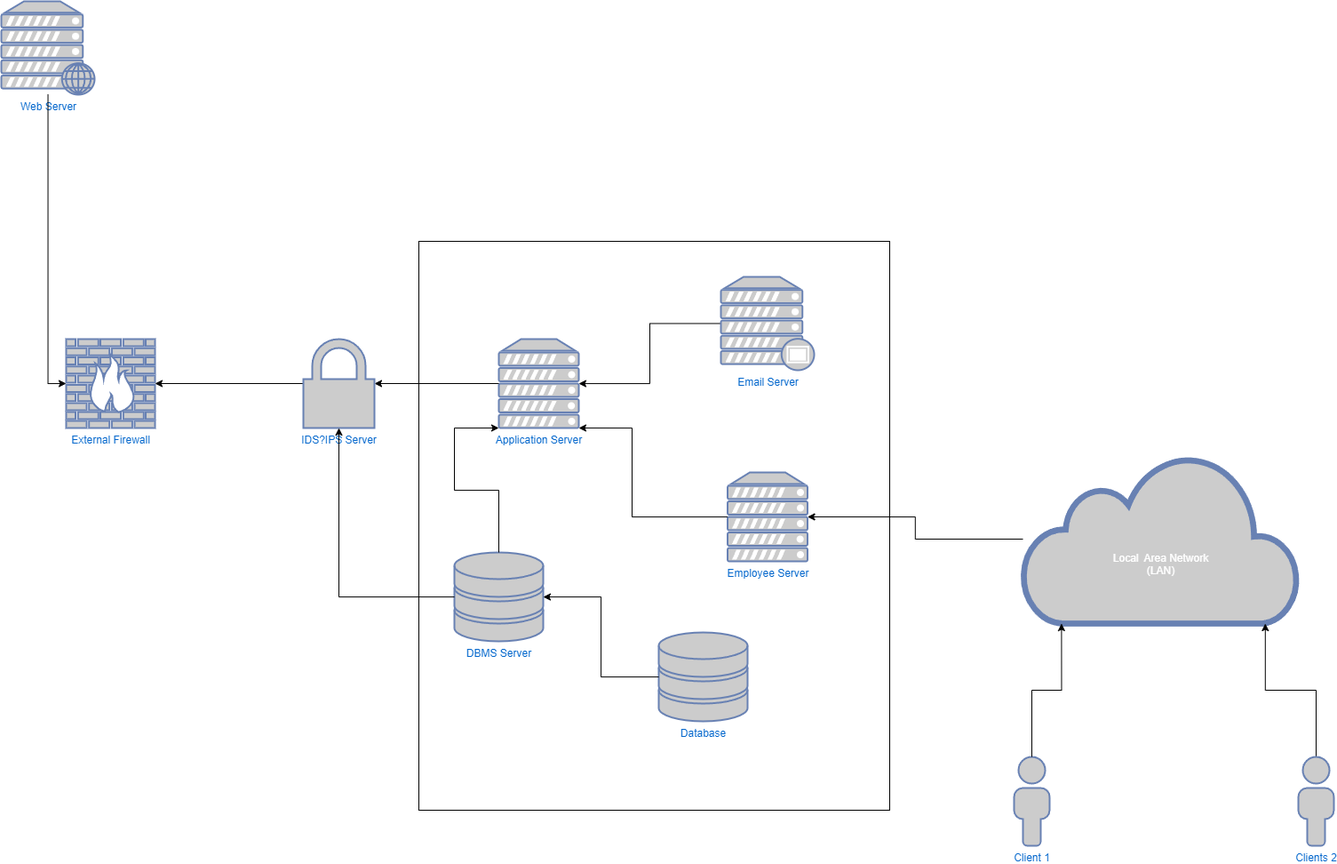
Above: Project.drawio.png in lingayatham/Project (draw.io), before the change. Source tidied: cells renumbered, new cells last; positions are measured from the earlier drawing's top-left corner, leaving out a move shared by most shapes. The source it was exported from:
```xml
<mxGraphModel>
  <root>
    <mxCell id="0" />
    <mxCell id="1" parent="0" />
    <mxCell id="2" value="Web Server" style="fontColor=#0066CC;verticalAlign=top;verticalLabelPosition=bottom;labelPosition=center;align=center;html=1;outlineConnect=0;fillColor=#CCCCCC;strokeColor=#6881B3;gradientColor=none;gradientDirection=north;strokeWidth=2;shape=mxgraph.networks.web_server;" parent="1" vertex="1">
      <mxGeometry width="105" height="105" as="geometry" />
    </mxCell>
    <mxCell id="3" value="External Firewall" style="fontColor=#0066CC;verticalAlign=top;verticalLabelPosition=bottom;labelPosition=center;align=center;html=1;outlineConnect=0;fillColor=#CCCCCC;strokeColor=#6881B3;gradientColor=none;gradientDirection=north;strokeWidth=2;shape=mxgraph.networks.firewall;" parent="1" vertex="1">
      <mxGeometry x="73" y="380" width="100" height="100" as="geometry" />
    </mxCell>
    <mxCell id="4" style="edgeStyle=orthogonalEdgeStyle;rounded=0;jettySize=auto;html=1;entryX=0;entryY=0.5;entryDx=0;entryDy=0;entryPerimeter=0;" parent="1" edge="1" source="2" target="3">
      <mxGeometry relative="1" as="geometry" />
    </mxCell>
    <mxCell id="5" style="rounded=0;whiteSpace=wrap;html=1;" parent="1" vertex="1">
      <mxGeometry x="470" y="270" width="530" height="640" as="geometry" />
    </mxCell>
    <mxCell id="6" style="edgeStyle=orthogonalEdgeStyle;rounded=0;jettySize=auto;html=1;" parent="1" edge="1" source="16" target="3">
      <mxGeometry relative="1" as="geometry" />
    </mxCell>
    <mxCell id="7" value="Application Server" style="fontColor=#0066CC;verticalAlign=top;verticalLabelPosition=bottom;labelPosition=center;align=center;html=1;outlineConnect=0;fillColor=#CCCCCC;strokeColor=#6881B3;gradientColor=none;gradientDirection=north;strokeWidth=2;shape=mxgraph.networks.server;" parent="1" vertex="1">
      <mxGeometry x="560" y="380" width="90" height="100" as="geometry" />
    </mxCell>
    <mxCell id="8" style="edgeStyle=orthogonalEdgeStyle;rounded=0;jettySize=auto;html=1;" parent="1" edge="1" source="11" target="7">
      <mxGeometry relative="1" as="geometry" />
    </mxCell>
    <mxCell id="9" value="Employee Server" style="fontColor=#0066CC;verticalAlign=top;verticalLabelPosition=bottom;labelPosition=center;align=center;html=1;outlineConnect=0;fillColor=#CCCCCC;strokeColor=#6881B3;gradientColor=none;gradientDirection=north;strokeWidth=2;shape=mxgraph.networks.server;" parent="1" vertex="1">
      <mxGeometry x="817.5" y="530" width="90" height="100" as="geometry" />
    </mxCell>
    <mxCell id="10" value="&lt;br&gt;&lt;br&gt;&lt;br&gt;&lt;br&gt;Local&amp;nbsp; Area Network&lt;br&gt;(LAN)" style="html=1;outlineConnect=0;fillColor=#CCCCCC;strokeColor=#6881B3;gradientColor=none;gradientDirection=north;strokeWidth=2;shape=mxgraph.networks.cloud;fontColor=#ffffff;" parent="1" vertex="1">
      <mxGeometry x="1150" y="510" width="310" height="190" as="geometry" />
    </mxCell>
    <mxCell id="11" value="Email Server" style="fontColor=#0066CC;verticalAlign=top;verticalLabelPosition=bottom;labelPosition=center;align=center;html=1;outlineConnect=0;fillColor=#CCCCCC;strokeColor=#6881B3;gradientColor=none;gradientDirection=north;strokeWidth=2;shape=mxgraph.networks.proxy_server;" parent="1" vertex="1">
      <mxGeometry x="810" y="310" width="105" height="105" as="geometry" />
    </mxCell>
    <mxCell id="12" style="edgeStyle=orthogonalEdgeStyle;rounded=0;jettySize=auto;html=1;entryX=0.88;entryY=1;entryDx=0;entryDy=0;entryPerimeter=0;" parent="1" edge="1" source="13" target="10">
      <mxGeometry relative="1" as="geometry" />
    </mxCell>
    <mxCell id="13" value="Clients 2" style="fontColor=#0066CC;verticalAlign=top;verticalLabelPosition=bottom;labelPosition=center;align=center;html=1;outlineConnect=0;fillColor=#CCCCCC;strokeColor=#6881B3;gradientColor=none;gradientDirection=north;strokeWidth=2;shape=mxgraph.networks.user_male;" parent="1" vertex="1">
      <mxGeometry x="1460" y="850" width="40" height="100" as="geometry" />
    </mxCell>
    <mxCell id="14" style="edgeStyle=orthogonalEdgeStyle;rounded=0;jettySize=auto;html=1;" parent="1" edge="1" source="9">
      <mxGeometry relative="1" as="geometry">
        <mxPoint x="650" y="480" as="targetPoint" />
        <Array as="points">
          <mxPoint x="710" y="580" />
          <mxPoint x="710" y="480" />
        </Array>
      </mxGeometry>
    </mxCell>
    <mxCell id="15" style="edgeStyle=orthogonalEdgeStyle;rounded=0;jettySize=auto;html=1;" parent="1" edge="1" source="7" target="16">
      <mxGeometry relative="1" as="geometry" />
    </mxCell>
    <mxCell id="16" value="IDS?IPS Server" style="fontColor=#0066CC;verticalAlign=top;verticalLabelPosition=bottom;labelPosition=center;align=center;html=1;outlineConnect=0;fillColor=#CCCCCC;strokeColor=#6881B3;gradientColor=none;gradientDirection=north;strokeWidth=2;shape=mxgraph.networks.secured;" parent="1" vertex="1">
      <mxGeometry x="340" y="380" width="80" height="100" as="geometry" />
    </mxCell>
    <mxCell id="17" value="Client 1" style="fontColor=#0066CC;verticalAlign=top;verticalLabelPosition=bottom;labelPosition=center;align=center;html=1;outlineConnect=0;fillColor=#CCCCCC;strokeColor=#6881B3;gradientColor=none;gradientDirection=north;strokeWidth=2;shape=mxgraph.networks.user_male;" parent="1" vertex="1">
      <mxGeometry x="1140" y="850" width="40" height="100" as="geometry" />
    </mxCell>
    <mxCell id="18" style="edgeStyle=orthogonalEdgeStyle;rounded=0;jettySize=auto;html=1;entryX=0.14;entryY=1;entryDx=0;entryDy=0;entryPerimeter=0;" parent="1" edge="1" source="17" target="10">
      <mxGeometry relative="1" as="geometry" />
    </mxCell>
    <mxCell id="19" style="edgeStyle=orthogonalEdgeStyle;rounded=0;jettySize=auto;html=1;entryX=1;entryY=0.5;entryDx=0;entryDy=0;entryPerimeter=0;" parent="1" edge="1" source="10" target="9">
      <mxGeometry relative="1" as="geometry" />
    </mxCell>
    <mxCell id="20" value="DBMS Server" style="fontColor=#0066CC;verticalAlign=top;verticalLabelPosition=bottom;labelPosition=center;align=center;html=1;outlineConnect=0;fillColor=#CCCCCC;strokeColor=#6881B3;gradientColor=none;gradientDirection=north;strokeWidth=2;shape=mxgraph.networks.storage;" parent="1" vertex="1">
      <mxGeometry x="510" y="620" width="100" height="100" as="geometry" />
    </mxCell>
    <mxCell id="21" style="edgeStyle=orthogonalEdgeStyle;rounded=0;jettySize=auto;html=1;entryX=0;entryY=1;entryDx=0;entryDy=0;entryPerimeter=0;" parent="1" edge="1" source="20" target="7">
      <mxGeometry relative="1" as="geometry">
        <Array as="points">
          <mxPoint x="560" y="550" />
          <mxPoint x="510" y="550" />
          <mxPoint x="510" y="480" />
        </Array>
      </mxGeometry>
    </mxCell>
    <mxCell id="22" style="edgeStyle=orthogonalEdgeStyle;rounded=0;jettySize=auto;html=1;entryX=0.5;entryY=1;entryDx=0;entryDy=0;entryPerimeter=0;" parent="1" edge="1" source="20" target="16">
      <mxGeometry relative="1" as="geometry" />
    </mxCell>
    <mxCell id="23" value="Database" style="fontColor=#0066CC;verticalAlign=top;verticalLabelPosition=bottom;labelPosition=center;align=center;html=1;outlineConnect=0;fillColor=#CCCCCC;strokeColor=#6881B3;gradientColor=none;gradientDirection=north;strokeWidth=2;shape=mxgraph.networks.storage;" parent="1" vertex="1">
      <mxGeometry x="740" y="710" width="100" height="100" as="geometry" />
    </mxCell>
    <mxCell id="24" style="edgeStyle=orthogonalEdgeStyle;rounded=0;jettySize=auto;html=1;" parent="1" edge="1" source="23" target="20">
      <mxGeometry relative="1" as="geometry" />
    </mxCell>
  </root>
</mxGraphModel>
```
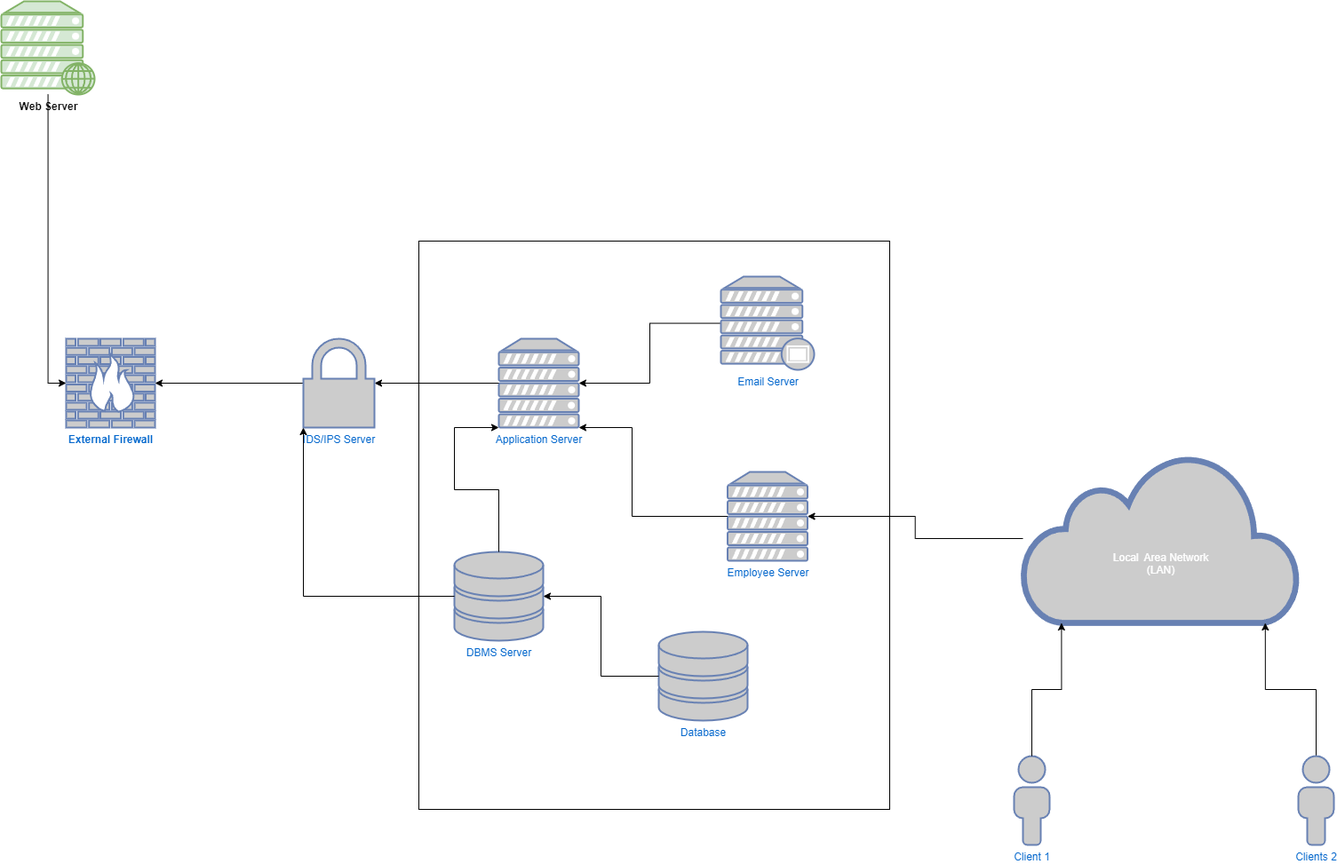
Later version of the same file.

Change to the diagram source:
```diff
@@ -2,10 +2,10 @@
   <root>
     <mxCell id="0" />
     <mxCell id="1" parent="0" />
-    <mxCell id="2" value="Web Server" style="fontColor=#0066CC;verticalAlign=top;verticalLabelPosition=bottom;labelPosition=center;align=center;html=1;outlineConnect=0;fillColor=#CCCCCC;strokeColor=#6881B3;gradientColor=none;gradientDirection=north;strokeWidth=2;shape=mxgraph.networks.web_server;" parent="1" vertex="1">
+    <mxCell id="2" value="Web Server" style="verticalAlign=top;verticalLabelPosition=bottom;labelPosition=center;align=center;html=1;outlineConnect=0;fillColor=#d5e8d4;strokeColor=#82b366;gradientDirection=north;strokeWidth=2;shape=mxgraph.networks.web_server;fontStyle=1;" parent="1" vertex="1">
       <mxGeometry width="105" height="105" as="geometry" />
     </mxCell>
-    <mxCell id="3" value="External Firewall" style="fontColor=#0066CC;verticalAlign=top;verticalLabelPosition=bottom;labelPosition=center;align=center;html=1;outlineConnect=0;fillColor=#CCCCCC;strokeColor=#6881B3;gradientColor=none;gradientDirection=north;strokeWidth=2;shape=mxgraph.networks.firewall;" parent="1" vertex="1">
+    <mxCell id="3" value="External Firewall" style="fontColor=#0066CC;verticalAlign=top;verticalLabelPosition=bottom;labelPosition=center;align=center;html=1;outlineConnect=0;fillColor=#CCCCCC;strokeColor=#6881B3;gradientColor=none;gradientDirection=north;strokeWidth=2;shape=mxgraph.networks.firewall;fontStyle=1;" parent="1" vertex="1">
       <mxGeometry x="73" y="380" width="100" height="100" as="geometry" />
     </mxCell>
     <mxCell id="4" style="edgeStyle=orthogonalEdgeStyle;rounded=0;jettySize=auto;html=1;entryX=0;entryY=0.5;entryDx=0;entryDy=0;entryPerimeter=0;" parent="1" edge="1" source="2" target="3">
@@ -50,7 +50,7 @@
     <mxCell id="15" style="edgeStyle=orthogonalEdgeStyle;rounded=0;jettySize=auto;html=1;" parent="1" edge="1" source="7" target="16">
       <mxGeometry relative="1" as="geometry" />
     </mxCell>
-    <mxCell id="16" value="IDS?IPS Server" style="fontColor=#0066CC;verticalAlign=top;verticalLabelPosition=bottom;labelPosition=center;align=center;html=1;outlineConnect=0;fillColor=#CCCCCC;strokeColor=#6881B3;gradientColor=none;gradientDirection=north;strokeWidth=2;shape=mxgraph.networks.secured;" parent="1" vertex="1">
+    <mxCell id="16" value="IDS/IPS Server" style="fontColor=#0066CC;verticalAlign=top;verticalLabelPosition=bottom;labelPosition=center;align=center;html=1;outlineConnect=0;fillColor=#CCCCCC;strokeColor=#6881B3;gradientColor=none;gradientDirection=north;strokeWidth=2;shape=mxgraph.networks.secured;" parent="1" vertex="1">
       <mxGeometry x="340" y="380" width="80" height="100" as="geometry" />
     </mxCell>
     <mxCell id="17" value="Client 1" style="fontColor=#0066CC;verticalAlign=top;verticalLabelPosition=bottom;labelPosition=center;align=center;html=1;outlineConnect=0;fillColor=#CCCCCC;strokeColor=#6881B3;gradientColor=none;gradientDirection=north;strokeWidth=2;shape=mxgraph.networks.user_male;" parent="1" vertex="1">
@@ -74,7 +74,7 @@
         </Array>
       </mxGeometry>
     </mxCell>
-    <mxCell id="22" style="edgeStyle=orthogonalEdgeStyle;rounded=0;jettySize=auto;html=1;entryX=0.5;entryY=1;entryDx=0;entryDy=0;entryPerimeter=0;" parent="1" edge="1" source="20" target="16">
+    <mxCell id="22" style="edgeStyle=orthogonalEdgeStyle;rounded=0;jettySize=auto;html=1;entryX=0;entryY=1;entryDx=0;entryDy=0;entryPerimeter=0;" parent="1" edge="1" source="20" target="16">
       <mxGeometry relative="1" as="geometry" />
     </mxCell>
     <mxCell id="23" value="Database" style="fontColor=#0066CC;verticalAlign=top;verticalLabelPosition=bottom;labelPosition=center;align=center;html=1;outlineConnect=0;fillColor=#CCCCCC;strokeColor=#6881B3;gradientColor=none;gradientDirection=north;strokeWidth=2;shape=mxgraph.networks.storage;" parent="1" vertex="1">
```
